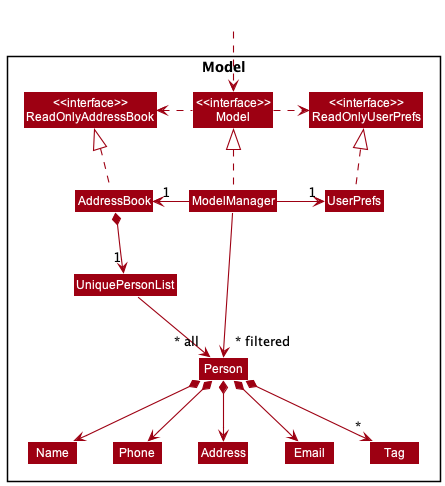
Above: docs/images/ModelClassDiagram.png in nus-cs2103-AY2223S1/tp (PlantUML), before the change.
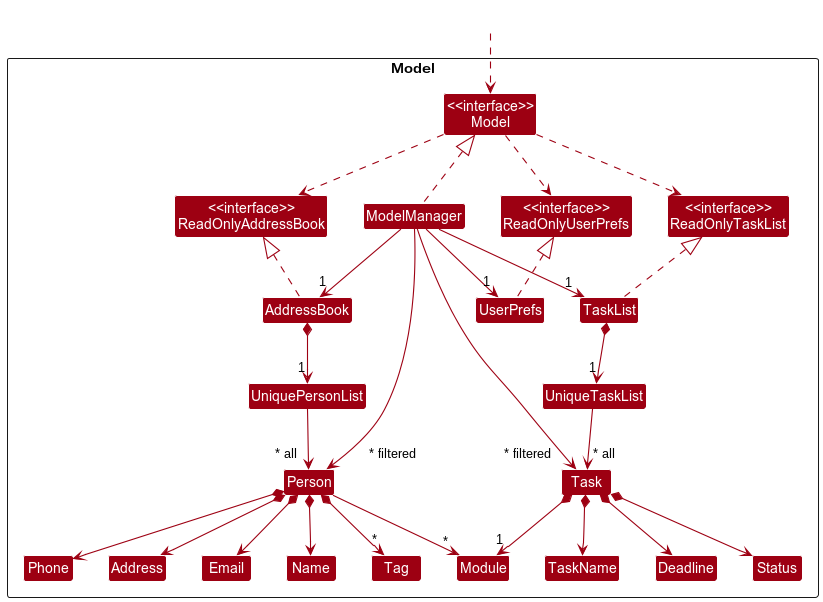
The same diagram one commit later.

Commit message:
Fix and update model class diagram

The edit, as a diff of the source:
```diff
@@ -6,9 +6,11 @@
 
 Package Model <<Rectangle>>{
 Class "<<interface>>\nReadOnlyAddressBook" as ReadOnlyAddressBook
+Class "<<interface>>\nReadOnlyTaskList" as ReadOnlyTaskList
 Class "<<interface>>\nReadOnlyUserPrefs" as ReadOnlyUserPrefs
 Class "<<interface>>\nModel" as Model
 Class AddressBook
+Class TaskList
 Class ModelManager
 Class UserPrefs
 
@@ -20,31 +22,60 @@
 Class Phone
 Class Tag
 
+Class UniqueTaskList
+Class Task
+Class TaskName
+Class Module
+Class Deadline
+Class Status
 }
 
 Class HiddenOutside #FFFFFF
 HiddenOutside ..> Model
 
+ModelManager .left.|> Model
+
+Model .down.> ReadOnlyAddressBook
+Model .down.> ReadOnlyUserPrefs
+Model .down.> ReadOnlyTaskList
+
+ReadOnlyAddressBook -[hidden]right-> ReadOnlyUserPrefs
+ReadOnlyUserPrefs -[hidden]right-> ReadOnlyTaskList
+
 AddressBook .up.|> ReadOnlyAddressBook
+UserPrefs .up.|> ReadOnlyUserPrefs
+TaskList .up.|> ReadOnlyTaskList
 
-ModelManager .up.|> Model
-Model .right.> ReadOnlyUserPrefs
-Model .left.> ReadOnlyAddressBook
-ModelManager -left-> "1" AddressBook
-ModelManager -right-> "1" UserPrefs
-UserPrefs .up.|> ReadOnlyUserPrefs
+ModelManager --> "1" AddressBook
+ModelManager --> "1" TaskList
+ModelManager --> "1" UserPrefs
 
 AddressBook *--> "1" UniquePersonList
-UniquePersonList --> "~* all" Person
+UniquePersonList --> "          ~* filtered" Person
 Person *--> Name
 Person *--> Phone
 Person *--> Email
 Person *--> Address
 Person *--> "*" Tag
+Person --> "*" Module
 
 Name -[hidden]right-> Phone
 Phone -[hidden]right-> Address
 Address -[hidden]right-> Email
 
-ModelManager -->"~* filtered" Person
+ModelManager -->"~* all       " Person
+
+TaskList *--> "1" UniqueTaskList
+UniqueTaskList --> "~* all" Task
+Task *--> TaskName
+Task *--> "1" Module
+Task *--> Deadline
+Task *--> Status
+
+TaskName -[hidden]right-> Module
+Module -[hidden]right-> Deadline
+Deadline -[hidden]right-> Status
+
+ModelManager -->"~* filtered  " Task
+
 @enduml
```
